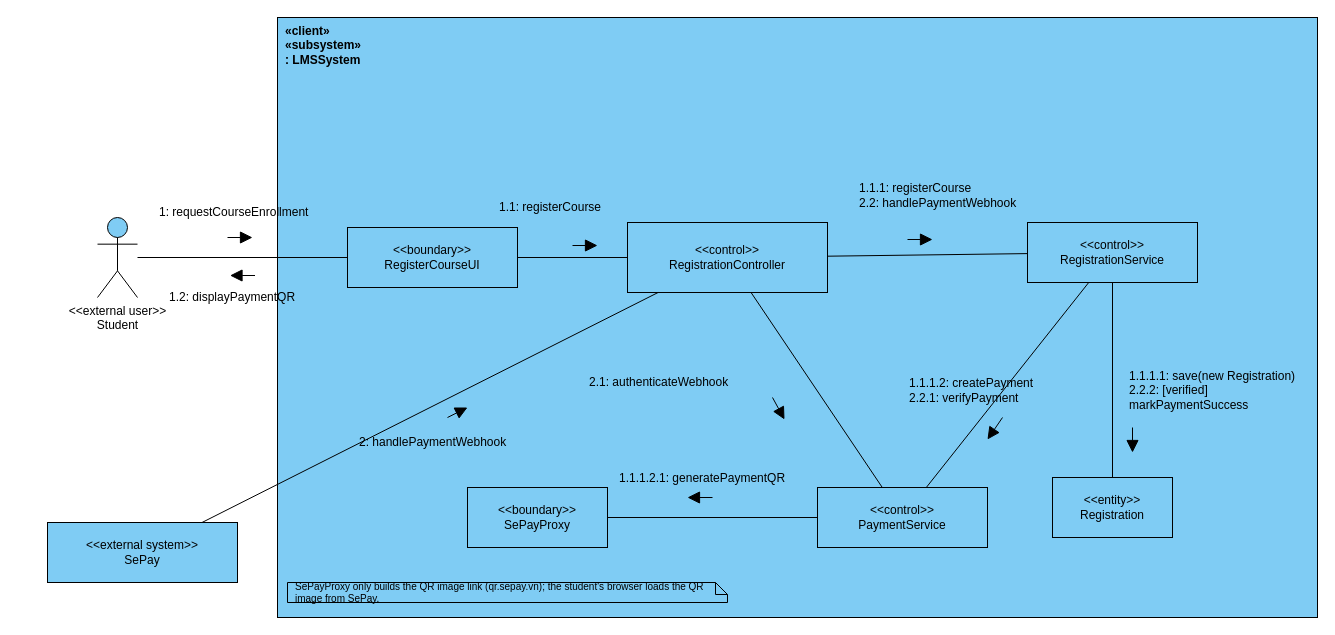
Earlier version of the draw.io diagram page "7. Communication - Register Course" (7 of 7) of docs/diagrams/enroll_course_with_payment.drawio (DinhLam728/SWD392_Group6_LMS). Source tidied: cells renumbered, new cells numbered last; positions are measured from the earlier drawing's top-left corner, leaving out a move shared by most shapes. Both pictures are drawn from the tidied source at 100%, with x=0, y=0 at pixel (47, 17).
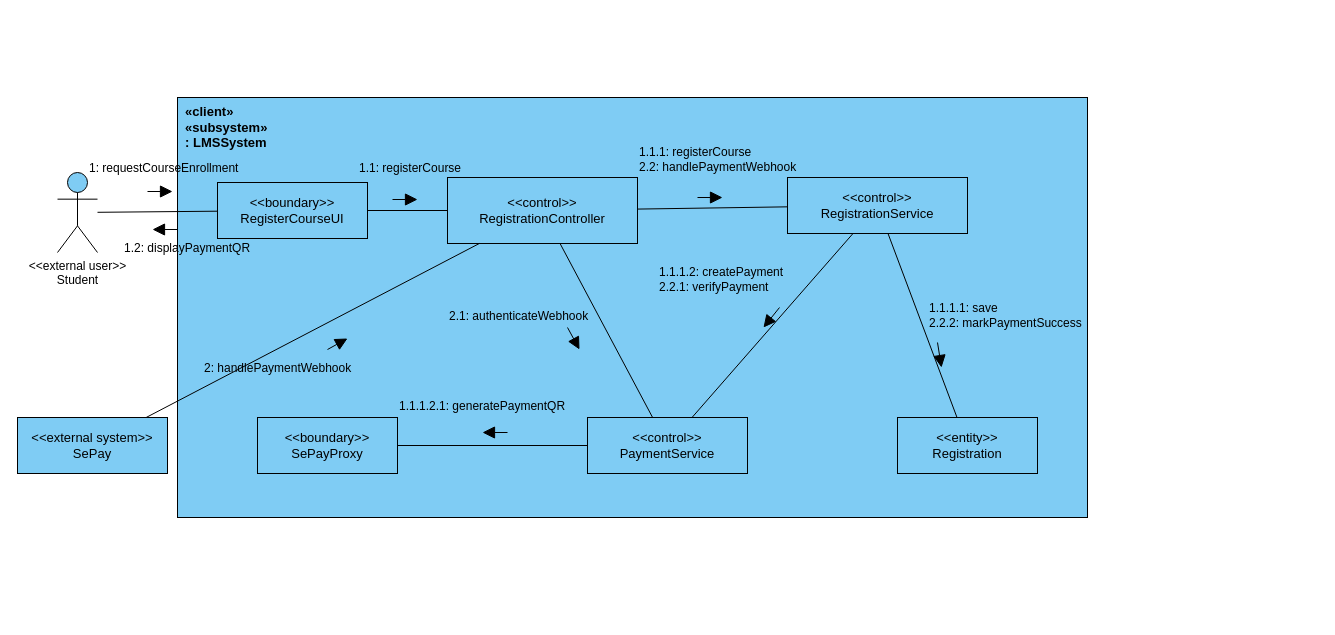
After the change.

What changed in the source:
```diff
@@
-    <mxCell id="2" value="«client»&lt;br&gt;«subsystem»&lt;br&gt;: LMSSystem" style="rounded=0;html=1;whiteSpace=wrap;fillColor=#7FCCF4;strokeColor=#000000;fontFamily=Arial;fontSize=11;fontColor=#000000;verticalAlign=top;align=left;spacingLeft=6;fontStyle=1;fontSize=12;" parent="1" vertex="1">
-      <mxGeometry x="230" width="1040" height="600" as="geometry" />
-    </mxCell>
-    <mxCell id="3" value="&amp;lt;&amp;lt;external user&amp;gt;&amp;gt;&lt;br&gt;Student" style="shape=umlActor;verticalLabelPosition=bottom;verticalAlign=top;html=1;outlineConnect=0;fillColor=#7FCCF4;strokeColor=#000000;fontFamily=Arial;fontSize=11;fontColor=#000000;fontSize=12;fontSize=12;" parent="1" vertex="1">
-      <mxGeometry x="50" y="200" width="40" height="80" as="geometry" />
-    </mxCell>
+    <mxCell id="9" value="«client»&lt;br&gt;«subsystem»&lt;br&gt;: LMSSystem" style="rounded=0;html=1;whiteSpace=wrap;fillColor=#7FCCF4;strokeColor=#000000;fontFamily=Arial;fontSize=13;fontColor=#000000;verticalAlign=top;align=left;spacingLeft=6;fontStyle=1;" parent="1" vertex="1">
+      <mxGeometry x="130" y="80" width="910" height="420" as="geometry" />
+    </mxCell>
+    <mxCell id="10" value="&amp;lt;&amp;lt;external user&amp;gt;&amp;gt;&lt;br&gt;Student" style="shape=umlActor;verticalLabelPosition=bottom;verticalAlign=top;html=1;outlineConnect=0;fillColor=#7FCCF4;strokeColor=#000000;fontFamily=Arial;fontSize=12;fontColor=#000000;" parent="1" vertex="1">
+      <mxGeometry x="10" y="155" width="40" height="80" as="geometry" />
+    </mxCell>
+    <mxCell id="38" value="&amp;lt;&amp;lt;external system&amp;gt;&amp;gt;&lt;br&gt;SePay" style="rounded=0;html=1;whiteSpace=wrap;fillColor=#7FCCF4;strokeColor=#000000;fontFamily=Arial;fontSize=13;fontColor=#000000;" parent="1" vertex="1">
+      <mxGeometry x="-30" y="400" width="150" height="56" as="geometry" />
+    </mxCell>
-    <mxCell id="4" value="&amp;lt;&amp;lt;boundary&amp;gt;&amp;gt;&lt;br&gt;RegisterCourseUI" style="rounded=0;html=1;whiteSpace=wrap;fillColor=#7FCCF4;strokeColor=#000000;fontFamily=Arial;fontSize=11;fontColor=#000000;fontSize=12;" parent="1" vertex="1">
-      <mxGeometry x="300" y="210" width="170" height="60" as="geometry" />
+    <mxCell id="4" value="&amp;lt;&amp;lt;boundary&amp;gt;&amp;gt;&lt;br&gt;RegisterCourseUI" style="rounded=0;html=1;whiteSpace=wrap;fillColor=#7FCCF4;strokeColor=#000000;fontFamily=Arial;fontSize=13;fontColor=#000000;" parent="1" vertex="1">
+      <mxGeometry x="170" y="165" width="150" height="56" as="geometry" />
     </mxCell>
-    <mxCell id="5" value="&amp;lt;&amp;lt;control&amp;gt;&amp;gt;&lt;br&gt;RegistrationController" style="rounded=0;html=1;whiteSpace=wrap;fillColor=#7FCCF4;strokeColor=#000000;fontFamily=Arial;fontSize=11;fontColor=#000000;fontSize=12;" parent="1" vertex="1">
-      <mxGeometry x="580" y="205" width="200" height="70" as="geometry" />
+    <mxCell id="5" value="&amp;lt;&amp;lt;control&amp;gt;&amp;gt;&lt;br&gt;RegistrationController" style="rounded=0;html=1;whiteSpace=wrap;fillColor=#7FCCF4;strokeColor=#000000;fontFamily=Arial;fontSize=13;fontColor=#000000;" parent="1" vertex="1">
+      <mxGeometry x="400" y="160" width="190" height="66" as="geometry" />
     </mxCell>
-    <mxCell id="6" value="&amp;lt;&amp;lt;control&amp;gt;&amp;gt;&lt;br&gt;RegistrationService" style="rounded=0;html=1;whiteSpace=wrap;fillColor=#7FCCF4;strokeColor=#000000;fontFamily=Arial;fontSize=11;fontColor=#000000;fontSize=12;" parent="1" vertex="1">
-      <mxGeometry x="980" y="205" width="170" height="60" as="geometry" />
+    <mxCell id="6" value="&amp;lt;&amp;lt;control&amp;gt;&amp;gt;&lt;br&gt;RegistrationService" style="rounded=0;html=1;whiteSpace=wrap;fillColor=#7FCCF4;strokeColor=#000000;fontFamily=Arial;fontSize=13;fontColor=#000000;" parent="1" vertex="1">
+      <mxGeometry x="740" y="160" width="180" height="56" as="geometry" />
     </mxCell>
-    <mxCell id="7" value="&amp;lt;&amp;lt;control&amp;gt;&amp;gt;&lt;br&gt;PaymentService" style="rounded=0;html=1;whiteSpace=wrap;fillColor=#7FCCF4;strokeColor=#000000;fontFamily=Arial;fontSize=11;fontColor=#000000;fontSize=12;" parent="1" vertex="1">
-      <mxGeometry x="770" y="470" width="170" height="60" as="geometry" />
+    <mxCell id="7" value="&amp;lt;&amp;lt;control&amp;gt;&amp;gt;&lt;br&gt;PaymentService" style="rounded=0;html=1;whiteSpace=wrap;fillColor=#7FCCF4;strokeColor=#000000;fontFamily=Arial;fontSize=13;fontColor=#000000;" parent="1" vertex="1">
+      <mxGeometry x="540" y="400" width="160" height="56" as="geometry" />
     </mxCell>
-    <mxCell id="8" value="&amp;lt;&amp;lt;boundary&amp;gt;&amp;gt;&lt;br&gt;SePayProxy" style="rounded=0;html=1;whiteSpace=wrap;fillColor=#7FCCF4;strokeColor=#000000;fontFamily=Arial;fontSize=11;fontColor=#000000;fontSize=12;" parent="1" vertex="1">
-      <mxGeometry x="420" y="470" width="140" height="60" as="geometry" />
+    <mxCell id="8" value="&amp;lt;&amp;lt;boundary&amp;gt;&amp;gt;&lt;br&gt;SePayProxy" style="rounded=0;html=1;whiteSpace=wrap;fillColor=#7FCCF4;strokeColor=#000000;fontFamily=Arial;fontSize=13;fontColor=#000000;" parent="1" vertex="1">
+      <mxGeometry x="210" y="400" width="140" height="56" as="geometry" />
     </mxCell>
-    <mxCell id="9" value="&amp;lt;&amp;lt;entity&amp;gt;&amp;gt;&lt;br&gt;Registration" style="rounded=0;html=1;whiteSpace=wrap;fillColor=#7FCCF4;strokeColor=#000000;fontFamily=Arial;fontSize=11;fontColor=#000000;fontSize=12;" parent="1" vertex="1">
-      <mxGeometry x="1005" y="460" width="120" height="60" as="geometry" />
-    </mxCell>
-    <mxCell id="10" value="&amp;lt;&amp;lt;external system&amp;gt;&amp;gt;&lt;br&gt;SePay" style="rounded=0;html=1;whiteSpace=wrap;fillColor=#7FCCF4;strokeColor=#000000;fontFamily=Arial;fontSize=11;fontColor=#000000;fontSize=12;" parent="1" vertex="1">
-      <mxGeometry y="505" width="190" height="60" as="geometry" />
-    </mxCell>
-    <mxCell id="11" style="endArrow=none;html=1;strokeColor=#000000;labelBackgroundColor=none;" parent="1" edge="1" source="3" target="4">
-      <mxGeometry relative="1" as="geometry" />
-    </mxCell>
+    <mxCell id="39" value="&amp;lt;&amp;lt;entity&amp;gt;&amp;gt;&lt;br&gt;Registration" style="rounded=0;html=1;whiteSpace=wrap;fillColor=#7FCCF4;strokeColor=#000000;fontFamily=Arial;fontSize=13;fontColor=#000000;" parent="1" vertex="1">
+      <mxGeometry x="850" y="400" width="140" height="56" as="geometry" />
+    </mxCell>
+    <mxCell id="18" style="endArrow=none;html=1;strokeColor=#000000;labelBackgroundColor=none;" parent="1" edge="1" source="10" target="4">
+      <mxGeometry relative="1" as="geometry" />
+    </mxCell>
@@
-    <mxCell id="13" style="endArrow=none;html=1;strokeColor=#000000;labelBackgroundColor=none;" parent="1" edge="1" source="5" target="6">
-      <mxGeometry relative="1" as="geometry" />
-    </mxCell>
+    <mxCell id="20" style="endArrow=none;html=1;strokeColor=#000000;labelBackgroundColor=none;" parent="1" edge="1" source="5" target="6">
+      <mxGeometry relative="1" as="geometry" />
+    </mxCell>
@@
-    <mxCell id="15" style="endArrow=none;html=1;strokeColor=#000000;labelBackgroundColor=none;" parent="1" edge="1" source="6" target="7">
-      <mxGeometry relative="1" as="geometry" />
-    </mxCell>
-    <mxCell id="16" style="endArrow=none;html=1;strokeColor=#000000;labelBackgroundColor=none;" parent="1" edge="1" source="6" target="9">
-      <mxGeometry relative="1" as="geometry" />
-    </mxCell>
-    <mxCell id="17" style="endArrow=none;html=1;strokeColor=#000000;labelBackgroundColor=none;" parent="1" edge="1" source="7" target="8">
-      <mxGeometry relative="1" as="geometry" />
-    </mxCell>
-    <mxCell id="18" style="endArrow=none;html=1;strokeColor=#000000;labelBackgroundColor=none;" parent="1" edge="1" source="10" target="5">
-      <mxGeometry relative="1" as="geometry" />
-    </mxCell>
+    <mxCell id="22" style="endArrow=none;html=1;strokeColor=#000000;labelBackgroundColor=none;" parent="1" edge="1" source="6" target="7">
+      <mxGeometry relative="1" as="geometry" />
+    </mxCell>
+    <mxCell id="40" style="endArrow=none;html=1;strokeColor=#000000;labelBackgroundColor=none;" parent="1" edge="1" source="6" target="39">
+      <mxGeometry relative="1" as="geometry" />
+    </mxCell>
+    <mxCell id="24" style="endArrow=none;html=1;strokeColor=#000000;labelBackgroundColor=none;" parent="1" edge="1" source="7" target="8">
+      <mxGeometry relative="1" as="geometry" />
+    </mxCell>
+    <mxCell id="41" style="endArrow=none;html=1;strokeColor=#000000;labelBackgroundColor=none;" parent="1" edge="1" source="38" target="5">
+      <mxGeometry relative="1" as="geometry" />
+    </mxCell>
-    <mxCell id="19" value="1: requestCourseEnrollment" style="text;html=1;strokeColor=none;fillColor=none;align=left;verticalAlign=middle;whiteSpace=wrap;fontFamily=Arial;fontSize=11;fontColor=#000000;fontSize=12;" parent="1" vertex="1">
-      <mxGeometry x="110" y="185" width="200" height="20" as="geometry" />
+    <mxCell id="19" value="1: requestCourseEnrollment" style="text;html=1;strokeColor=none;fillColor=none;align=left;verticalAlign=middle;whiteSpace=wrap;fontFamily=Arial;fontSize=12;fontColor=#000000;" parent="1" vertex="1">
+      <mxGeometry x="40" y="142" width="180" height="18" as="geometry" />
     </mxCell>
-    <mxCell id="20" style="endArrow=block;endFill=1;endSize=10;html=1;strokeColor=#000000;strokeWidth=1;labelBackgroundColor=none;" parent="1" edge="1">
-      <mxGeometry relative="1" as="geometry">
-        <mxPoint x="180" y="220" as="sourcePoint" />
-        <mxPoint x="205" y="220" as="targetPoint" />
-      </mxGeometry>
-    </mxCell>
+    <mxCell id="42" style="endArrow=block;endFill=1;endSize=10;html=1;strokeColor=#000000;labelBackgroundColor=none;" parent="1" edge="1">
+      <mxGeometry relative="1" as="geometry">
+        <mxPoint x="100" y="174" as="sourcePoint" />
+        <mxPoint x="125" y="174" as="targetPoint" />
+      </mxGeometry>
+    </mxCell>
-    <mxCell id="21" value="1.2: displayPaymentQR" style="text;html=1;strokeColor=none;fillColor=none;align=left;verticalAlign=middle;whiteSpace=wrap;fontFamily=Arial;fontSize=11;fontColor=#000000;fontSize=12;" parent="1" vertex="1">
-      <mxGeometry x="120" y="270" width="180" height="20" as="geometry" />
+    <mxCell id="21" value="1.2: displayPaymentQR" style="text;html=1;strokeColor=none;fillColor=none;align=left;verticalAlign=middle;whiteSpace=wrap;fontFamily=Arial;fontSize=12;fontColor=#000000;" parent="1" vertex="1">
+      <mxGeometry x="75" y="222" width="160" height="18" as="geometry" />
     </mxCell>
-    <mxCell id="22" style="endArrow=block;endFill=1;endSize=10;html=1;strokeColor=#000000;strokeWidth=1;labelBackgroundColor=none;" parent="1" edge="1">
-      <mxGeometry relative="1" as="geometry">
-        <mxPoint x="207.5" y="258" as="sourcePoint" />
-        <mxPoint x="182.5" y="258" as="targetPoint" />
-      </mxGeometry>
-    </mxCell>
+    <mxCell id="43" style="endArrow=block;endFill=1;endSize=10;html=1;strokeColor=#000000;labelBackgroundColor=none;" parent="1" edge="1">
+      <mxGeometry relative="1" as="geometry">
+        <mxPoint x="130" y="212" as="sourcePoint" />
+        <mxPoint x="105" y="212" as="targetPoint" />
+      </mxGeometry>
+    </mxCell>
-    <mxCell id="23" value="1.1: registerCourse" style="text;html=1;strokeColor=none;fillColor=none;align=left;verticalAlign=middle;whiteSpace=wrap;fontFamily=Arial;fontSize=11;fontColor=#000000;fontSize=12;" parent="1" vertex="1">
-      <mxGeometry x="450" y="180" width="150" height="20" as="geometry" />
+    <mxCell id="23" value="1.1: registerCourse" style="text;html=1;strokeColor=none;fillColor=none;align=left;verticalAlign=middle;whiteSpace=wrap;fontFamily=Arial;fontSize=12;fontColor=#000000;" parent="1" vertex="1">
+      <mxGeometry x="310" y="142" width="140" height="18" as="geometry" />
     </mxCell>
-    <mxCell id="24" style="endArrow=block;endFill=1;endSize=10;html=1;strokeColor=#000000;strokeWidth=1;labelBackgroundColor=none;" parent="1" edge="1">
-      <mxGeometry relative="1" as="geometry">
-        <mxPoint x="525" y="228" as="sourcePoint" />
-        <mxPoint x="550" y="228" as="targetPoint" />
-      </mxGeometry>
-    </mxCell>
+    <mxCell id="44" style="endArrow=block;endFill=1;endSize=10;html=1;strokeColor=#000000;labelBackgroundColor=none;" parent="1" edge="1">
+      <mxGeometry relative="1" as="geometry">
+        <mxPoint x="345" y="182" as="sourcePoint" />
+        <mxPoint x="370" y="182" as="targetPoint" />
+      </mxGeometry>
+    </mxCell>
-    <mxCell id="25" value="1.1.1: registerCourse&lt;br&gt;2.2: handlePaymentWebhook" style="text;html=1;strokeColor=none;fillColor=none;align=left;verticalAlign=middle;whiteSpace=wrap;fontFamily=Arial;fontSize=11;fontColor=#000000;fontSize=12;" parent="1" vertex="1">
-      <mxGeometry x="810" y="160" width="200" height="36" as="geometry" />
+    <mxCell id="25" value="1.1.1: registerCourse&lt;br&gt;2.2: handlePaymentWebhook" style="text;html=1;strokeColor=none;fillColor=none;align=left;verticalAlign=middle;whiteSpace=wrap;fontFamily=Arial;fontSize=12;fontColor=#000000;" parent="1" vertex="1">
+      <mxGeometry x="590" y="124" width="190" height="36" as="geometry" />
     </mxCell>
-    <mxCell id="26" style="endArrow=block;endFill=1;endSize=10;html=1;strokeColor=#000000;strokeWidth=1;labelBackgroundColor=none;" parent="1" edge="1">
-      <mxGeometry relative="1" as="geometry">
-        <mxPoint x="860" y="222" as="sourcePoint" />
-        <mxPoint x="885" y="222" as="targetPoint" />
-      </mxGeometry>
-    </mxCell>
+    <mxCell id="45" style="endArrow=block;endFill=1;endSize=10;html=1;strokeColor=#000000;labelBackgroundColor=none;" parent="1" edge="1">
+      <mxGeometry relative="1" as="geometry">
+        <mxPoint x="650" y="180" as="sourcePoint" />
+        <mxPoint x="675" y="180" as="targetPoint" />
+      </mxGeometry>
+    </mxCell>
+    <mxCell id="29" value="2.1: authenticateWebhook" style="text;html=1;strokeColor=none;fillColor=none;align=left;verticalAlign=middle;whiteSpace=wrap;fontFamily=Arial;fontSize=12;fontColor=#000000;" parent="1" vertex="1">
+      <mxGeometry x="400" y="290" width="170" height="18" as="geometry" />
+    </mxCell>
+    <mxCell id="46" style="endArrow=block;endFill=1;endSize=10;html=1;strokeColor=#000000;labelBackgroundColor=none;" parent="1" edge="1">
+      <mxGeometry relative="1" as="geometry">
+        <mxPoint x="520" y="310" as="sourcePoint" />
+        <mxPoint x="532" y="332" as="targetPoint" />
+      </mxGeometry>
+    </mxCell>
+    <mxCell id="31" value="1.1.1.2: createPayment&lt;br&gt;2.2.1: verifyPayment" style="text;html=1;strokeColor=none;fillColor=none;align=left;verticalAlign=middle;whiteSpace=wrap;fontFamily=Arial;fontSize=12;fontColor=#000000;" parent="1" vertex="1">
+      <mxGeometry x="610" y="244" width="160" height="36" as="geometry" />
+    </mxCell>
+    <mxCell id="47" style="endArrow=block;endFill=1;endSize=10;html=1;strokeColor=#000000;labelBackgroundColor=none;" parent="1" edge="1">
+      <mxGeometry relative="1" as="geometry">
+        <mxPoint x="732" y="290" as="sourcePoint" />
+        <mxPoint x="716" y="310" as="targetPoint" />
+      </mxGeometry>
+    </mxCell>
+    <mxCell id="48" value="1.1.1.1: save&lt;br&gt;2.2.2: markPaymentSuccess" style="text;html=1;strokeColor=none;fillColor=none;align=left;verticalAlign=middle;whiteSpace=wrap;fontFamily=Arial;fontSize=12;fontColor=#000000;" parent="1" vertex="1">
+      <mxGeometry x="880" y="280" width="160" height="36" as="geometry" />
+    </mxCell>
+    <mxCell id="49" style="endArrow=block;endFill=1;endSize=10;html=1;strokeColor=#000000;labelBackgroundColor=none;" parent="1" edge="1">
+      <mxGeometry relative="1" as="geometry">
+        <mxPoint x="890" y="325" as="sourcePoint" />
+        <mxPoint x="894" y="350" as="targetPoint" />
+      </mxGeometry>
+    </mxCell>
+    <mxCell id="35" value="1.1.1.2.1: generatePaymentQR" style="text;html=1;strokeColor=none;fillColor=none;align=left;verticalAlign=middle;whiteSpace=wrap;fontFamily=Arial;fontSize=12;fontColor=#000000;" parent="1" vertex="1">
+      <mxGeometry x="350" y="380" width="200" height="18" as="geometry" />
+    </mxCell>
+    <mxCell id="50" style="endArrow=block;endFill=1;endSize=10;html=1;strokeColor=#000000;labelBackgroundColor=none;" parent="1" edge="1">
+      <mxGeometry relative="1" as="geometry">
+        <mxPoint x="460" y="415" as="sourcePoint" />
+        <mxPoint x="435" y="415" as="targetPoint" />
+      </mxGeometry>
+    </mxCell>
-    <mxCell id="27" value="2: handlePaymentWebhook" style="text;html=1;strokeColor=none;fillColor=none;align=left;verticalAlign=middle;whiteSpace=wrap;fontFamily=Arial;fontSize=11;fontColor=#000000;fontSize=12;" parent="1" vertex="1">
-      <mxGeometry x="310" y="415" width="200" height="20" as="geometry" />
+    <mxCell id="27" value="2: handlePaymentWebhook" style="text;html=1;strokeColor=none;fillColor=none;align=left;verticalAlign=middle;whiteSpace=wrap;fontFamily=Arial;fontSize=12;fontColor=#000000;" parent="1" vertex="1">
+      <mxGeometry x="155" y="342" width="180" height="18" as="geometry" />
     </mxCell>
-    <mxCell id="28" style="endArrow=block;endFill=1;endSize=10;html=1;strokeColor=#000000;strokeWidth=1;labelBackgroundColor=none;" parent="1" edge="1">
-      <mxGeometry relative="1" as="geometry">
-        <mxPoint x="400" y="400" as="sourcePoint" />
-        <mxPoint x="420" y="390" as="targetPoint" />
-      </mxGeometry>
-    </mxCell>
-    <mxCell id="29" value="2.1: authenticateWebhook" style="text;html=1;strokeColor=none;fillColor=none;align=left;verticalAlign=middle;whiteSpace=wrap;fontFamily=Arial;fontSize=11;fontColor=#000000;fontSize=12;" parent="1" vertex="1">
-      <mxGeometry x="540" y="355" width="180" height="20" as="geometry" />
-    </mxCell>
-    <mxCell id="30" style="endArrow=block;endFill=1;endSize=10;html=1;strokeColor=#000000;strokeWidth=1;labelBackgroundColor=none;" parent="1" edge="1">
-      <mxGeometry relative="1" as="geometry">
-        <mxPoint x="725" y="380" as="sourcePoint" />
-        <mxPoint x="737" y="402" as="targetPoint" />
-      </mxGeometry>
-    </mxCell>
-    <mxCell id="31" value="1.1.1.2: createPayment&lt;br&gt;2.2.1: verifyPayment" style="text;html=1;strokeColor=none;fillColor=none;align=left;verticalAlign=middle;whiteSpace=wrap;fontFamily=Arial;fontSize=11;fontColor=#000000;fontSize=12;" parent="1" vertex="1">
-      <mxGeometry x="860" y="355" width="180" height="36" as="geometry" />
-    </mxCell>
-    <mxCell id="32" style="endArrow=block;endFill=1;endSize=10;html=1;strokeColor=#000000;strokeWidth=1;labelBackgroundColor=none;" parent="1" edge="1">
-      <mxGeometry relative="1" as="geometry">
-        <mxPoint x="955" y="400" as="sourcePoint" />
-        <mxPoint x="940" y="422" as="targetPoint" />
-      </mxGeometry>
-    </mxCell>
-    <mxCell id="33" value="1.1.1.1: save(new Registration)&lt;br&gt;2.2.2: [verified] markPaymentSuccess" style="text;html=1;strokeColor=none;fillColor=none;align=left;verticalAlign=middle;whiteSpace=wrap;fontFamily=Arial;fontSize=11;fontColor=#000000;fontSize=12;" parent="1" vertex="1">
-      <mxGeometry x="1080" y="355" width="190" height="36" as="geometry" />
-    </mxCell>
-    <mxCell id="34" style="endArrow=block;endFill=1;endSize=10;html=1;strokeColor=#000000;strokeWidth=1;labelBackgroundColor=none;" parent="1" edge="1">
-      <mxGeometry relative="1" as="geometry">
-        <mxPoint x="1085" y="410" as="sourcePoint" />
-        <mxPoint x="1085" y="435" as="targetPoint" />
-      </mxGeometry>
-    </mxCell>
-    <mxCell id="35" value="1.1.1.2.1: generatePaymentQR" style="text;html=1;strokeColor=none;fillColor=none;align=left;verticalAlign=middle;whiteSpace=wrap;fontFamily=Arial;fontSize=11;fontColor=#000000;fontSize=12;" parent="1" vertex="1">
-      <mxGeometry x="570" y="451" width="200" height="20" as="geometry" />
-    </mxCell>
-    <mxCell id="36" style="endArrow=block;endFill=1;endSize=10;html=1;strokeColor=#000000;strokeWidth=1;labelBackgroundColor=none;" parent="1" edge="1">
-      <mxGeometry relative="1" as="geometry">
-        <mxPoint x="665" y="480" as="sourcePoint" />
-        <mxPoint x="640" y="480" as="targetPoint" />
-      </mxGeometry>
-    </mxCell>
-    <mxCell id="37" value="SePayProxy only builds the QR image link (qr.sepay.vn); the student's browser loads the QR image from SePay." style="shape=note;size=12;html=1;whiteSpace=wrap;fillColor=#7FCCF4;strokeColor=#000000;fontFamily=Arial;fontSize=11;fontColor=#000000;align=left;spacingLeft=6;fontSize=10;" parent="1" vertex="1">
-      <mxGeometry x="240" y="565" width="440" height="20" as="geometry" />
-    </mxCell>
+    <mxCell id="51" style="endArrow=block;endFill=1;endSize=10;html=1;strokeColor=#000000;labelBackgroundColor=none;" parent="1" edge="1">
+      <mxGeometry relative="1" as="geometry">
+        <mxPoint x="280" y="332" as="sourcePoint" />
+        <mxPoint x="300" y="321" as="targetPoint" />
+      </mxGeometry>
+    </mxCell>
```
